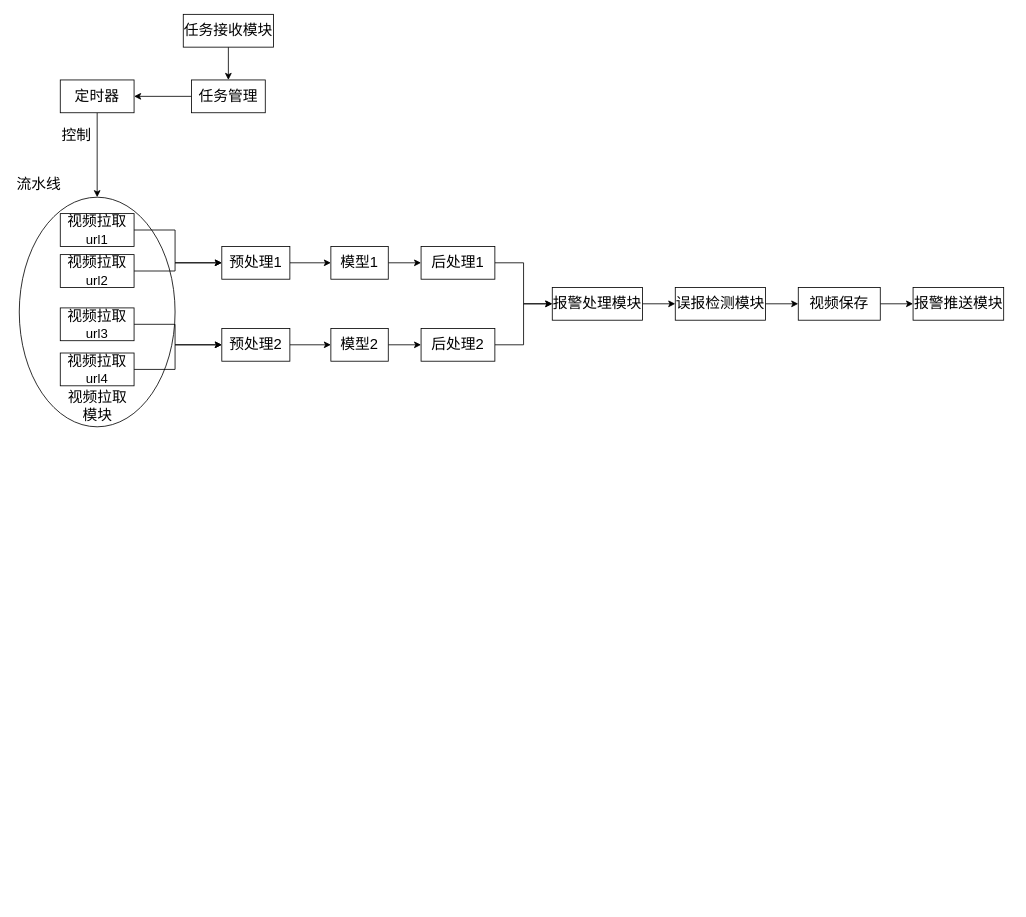
Above: page "Page-1" (1 of 2) of 系统架构图.drawio in zhaoning999/notes (draw.io), before the change. Source tidied: cells renumbered, new cells numbered last; positions are measured from the earlier drawing's top-left corner, leaving out a move shared by most shapes. Both pictures are drawn from the tidied source at 82%, with x=0, y=0 at pixel (14, 14).
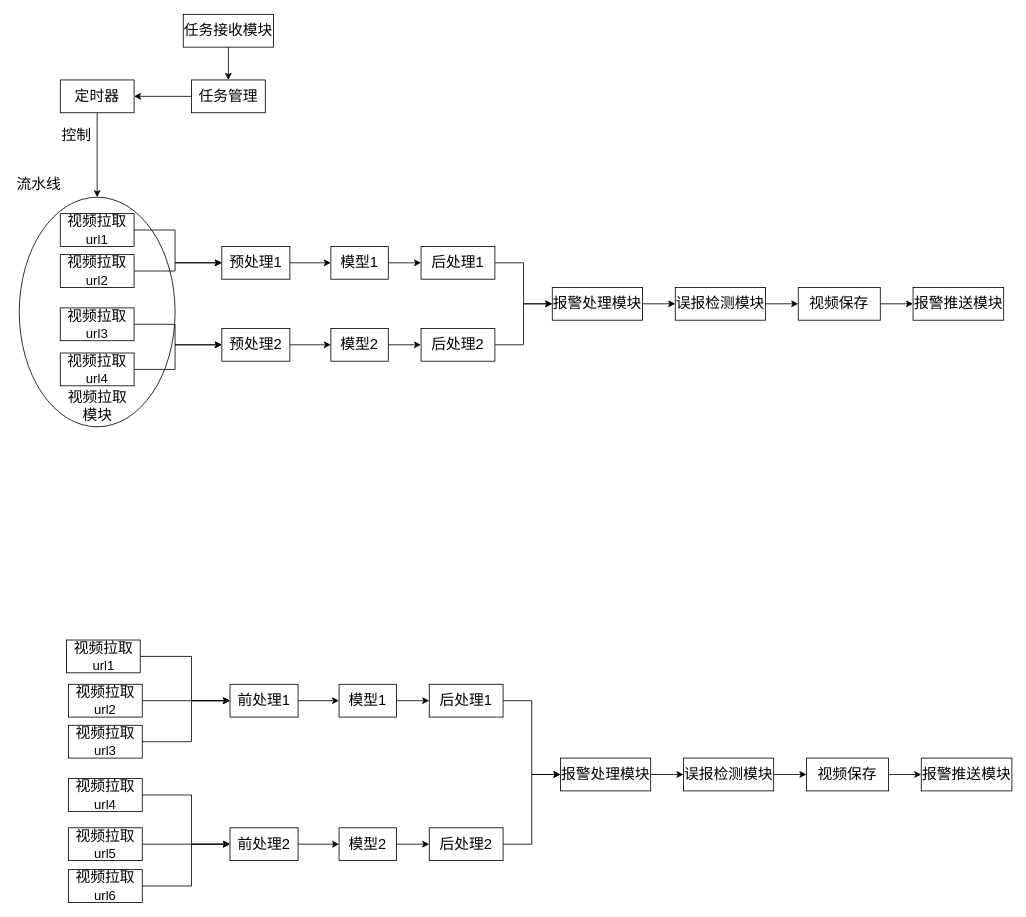
After the change.

Commit message:
Update 系统架构图.drawio

Change to the diagram source:
```diff
@@
+    <mxCell id="39" style="edgeStyle=orthogonalEdgeStyle;rounded=0;jettySize=auto;html=1;exitX=1;exitY=0.5;exitDx=0;exitDy=0;entryX=0;entryY=0.5;entryDx=0;entryDy=0;" parent="1" edge="1" source="40" target="48">
+      <mxGeometry relative="1" as="geometry">
+        <Array as="points">
+          <mxPoint x="216" y="837" />
+          <mxPoint x="216" y="837" />
+        </Array>
+      </mxGeometry>
+    </mxCell>
+    <mxCell id="40" value="&lt;font style=&quot;font-size: 18px;&quot;&gt;视频拉取&lt;/font&gt;&lt;div&gt;&lt;font size=&quot;3&quot;&gt;url2&lt;/font&gt;&lt;/div&gt;" style="rounded=0;whiteSpace=wrap;html=1;" parent="1" vertex="1">
+      <mxGeometry x="66" y="817" width="90" height="40" as="geometry" />
+    </mxCell>
+    <mxCell id="41" style="edgeStyle=orthogonalEdgeStyle;rounded=0;jettySize=auto;html=1;exitX=1;exitY=0.5;exitDx=0;exitDy=0;entryX=0;entryY=0.5;entryDx=0;entryDy=0;" parent="1" edge="1" source="42" target="48">
+      <mxGeometry relative="1" as="geometry">
+        <Array as="points">
+          <mxPoint x="216" y="887" />
+          <mxPoint x="216" y="837" />
+        </Array>
+      </mxGeometry>
+    </mxCell>
+    <mxCell id="42" value="&lt;font style=&quot;font-size: 18px;&quot;&gt;视频拉取&lt;/font&gt;&lt;div&gt;&lt;font size=&quot;3&quot;&gt;url3&lt;/font&gt;&lt;/div&gt;" style="rounded=0;whiteSpace=wrap;html=1;" parent="1" vertex="1">
+      <mxGeometry x="66" y="867" width="90" height="40" as="geometry" />
+    </mxCell>
+    <mxCell id="43" style="edgeStyle=orthogonalEdgeStyle;rounded=0;orthogonalLoop=1;jettySize=auto;html=1;exitX=1;exitY=0.5;exitDx=0;exitDy=0;entryX=0;entryY=0.5;entryDx=0;entryDy=0;" parent="1" edge="1">
+      <mxGeometry relative="1" as="geometry">
+        <mxPoint x="156" y="952" as="sourcePoint" />
+        <mxPoint x="263" y="1012" as="targetPoint" />
+        <Array as="points">
+          <mxPoint x="216" y="952" />
+          <mxPoint x="216" y="1012" />
+        </Array>
+      </mxGeometry>
+    </mxCell>
+    <mxCell id="44" value="&lt;font style=&quot;font-size: 18px;&quot;&gt;视频拉取&lt;/font&gt;&lt;div&gt;&lt;font size=&quot;3&quot;&gt;url4&lt;/font&gt;&lt;/div&gt;" style="rounded=0;whiteSpace=wrap;html=1;" parent="1" vertex="1">
+      <mxGeometry x="66" y="932" width="90" height="40" as="geometry" />
+    </mxCell>
+    <mxCell id="45" style="edgeStyle=orthogonalEdgeStyle;rounded=0;jettySize=auto;html=1;exitX=1;exitY=0.5;exitDx=0;exitDy=0;entryX=0;entryY=0.5;entryDx=0;entryDy=0;" parent="1" edge="1" source="46" target="50">
+      <mxGeometry relative="1" as="geometry">
+        <Array as="points">
+          <mxPoint x="176" y="1012" />
+          <mxPoint x="176" y="1012" />
+        </Array>
+      </mxGeometry>
+    </mxCell>
+    <mxCell id="46" value="&lt;font style=&quot;font-size: 18px;&quot;&gt;视频拉取&lt;/font&gt;&lt;div&gt;&lt;font size=&quot;3&quot;&gt;url5&lt;/font&gt;&lt;/div&gt;" style="rounded=0;whiteSpace=wrap;html=1;" parent="1" vertex="1">
+      <mxGeometry x="66" y="992" width="90" height="40" as="geometry" />
+    </mxCell>
+    <mxCell id="47" style="edgeStyle=orthogonalEdgeStyle;rounded=0;jettySize=auto;html=1;exitX=1;exitY=0.5;exitDx=0;exitDy=0;entryX=0;entryY=0.5;entryDx=0;entryDy=0;" parent="1" edge="1" source="48" target="52">
+      <mxGeometry relative="1" as="geometry" />
+    </mxCell>
+    <mxCell id="48" value="&lt;font style=&quot;font-size: 18px;&quot;&gt;前处理1&lt;/font&gt;" style="rounded=0;whiteSpace=wrap;html=1;" parent="1" vertex="1">
+      <mxGeometry x="263" y="817" width="83" height="40" as="geometry" />
+    </mxCell>
+    <mxCell id="49" style="edgeStyle=orthogonalEdgeStyle;rounded=0;jettySize=auto;html=1;exitX=1;exitY=0.5;exitDx=0;exitDy=0;" parent="1" edge="1" source="50" target="54">
+      <mxGeometry relative="1" as="geometry" />
+    </mxCell>
+    <mxCell id="50" value="&lt;font style=&quot;font-size: 18px;&quot;&gt;前处理2&lt;/font&gt;" style="rounded=0;whiteSpace=wrap;html=1;" parent="1" vertex="1">
+      <mxGeometry x="263" y="992" width="83" height="40" as="geometry" />
+    </mxCell>
+    <mxCell id="51" style="edgeStyle=orthogonalEdgeStyle;rounded=0;jettySize=auto;html=1;exitX=1;exitY=0.5;exitDx=0;exitDy=0;entryX=0;entryY=0.5;entryDx=0;entryDy=0;" parent="1" edge="1" source="52" target="56">
+      <mxGeometry relative="1" as="geometry" />
+    </mxCell>
+    <mxCell id="52" value="&lt;font style=&quot;font-size: 18px;&quot;&gt;模型1&lt;/font&gt;" style="rounded=0;whiteSpace=wrap;html=1;" parent="1" vertex="1">
+      <mxGeometry x="396" y="817" width="70" height="40" as="geometry" />
+    </mxCell>
+    <mxCell id="53" style="edgeStyle=orthogonalEdgeStyle;rounded=0;jettySize=auto;html=1;exitX=1;exitY=0.5;exitDx=0;exitDy=0;" parent="1" edge="1" source="54" target="58">
+      <mxGeometry relative="1" as="geometry" />
+    </mxCell>
+    <mxCell id="54" value="&lt;font style=&quot;font-size: 18px;&quot;&gt;模型2&lt;/font&gt;" style="rounded=0;whiteSpace=wrap;html=1;" parent="1" vertex="1">
+      <mxGeometry x="396" y="992" width="70" height="40" as="geometry" />
+    </mxCell>
+    <mxCell id="55" style="edgeStyle=orthogonalEdgeStyle;rounded=0;jettySize=auto;html=1;exitX=1;exitY=0.5;exitDx=0;exitDy=0;entryX=0;entryY=0.5;entryDx=0;entryDy=0;" parent="1" edge="1" source="56" target="60">
+      <mxGeometry relative="1" as="geometry" />
+    </mxCell>
+    <mxCell id="56" value="&lt;font style=&quot;font-size: 18px;&quot;&gt;后处理1&lt;/font&gt;" style="rounded=0;whiteSpace=wrap;html=1;" parent="1" vertex="1">
+      <mxGeometry x="506" y="817" width="90" height="40" as="geometry" />
+    </mxCell>
+    <mxCell id="57" style="edgeStyle=orthogonalEdgeStyle;rounded=0;jettySize=auto;html=1;exitX=1;exitY=0.5;exitDx=0;exitDy=0;entryX=0;entryY=0.5;entryDx=0;entryDy=0;" parent="1" edge="1" source="58" target="60">
+      <mxGeometry relative="1" as="geometry" />
+    </mxCell>
+    <mxCell id="58" value="&lt;font style=&quot;font-size: 18px;&quot;&gt;后处理2&lt;/font&gt;" style="rounded=0;whiteSpace=wrap;html=1;" parent="1" vertex="1">
+      <mxGeometry x="506" y="992" width="90" height="40" as="geometry" />
+    </mxCell>
+    <mxCell id="59" style="edgeStyle=orthogonalEdgeStyle;rounded=0;jettySize=auto;html=1;exitX=1;exitY=0.5;exitDx=0;exitDy=0;entryX=0;entryY=0.5;entryDx=0;entryDy=0;" parent="1" edge="1" source="60" target="64">
+      <mxGeometry relative="1" as="geometry" />
+    </mxCell>
+    <mxCell id="60" value="&lt;font style=&quot;font-size: 18px;&quot;&gt;报警处理模块&lt;/font&gt;" style="rounded=0;whiteSpace=wrap;html=1;" parent="1" vertex="1">
+      <mxGeometry x="666" y="907" width="110" height="40" as="geometry" />
+    </mxCell>
+    <mxCell id="61" style="edgeStyle=orthogonalEdgeStyle;rounded=0;jettySize=auto;html=1;exitX=1;exitY=0.5;exitDx=0;exitDy=0;" parent="1" edge="1" source="62" target="65">
+      <mxGeometry relative="1" as="geometry" />
+    </mxCell>
+    <mxCell id="62" value="&lt;font style=&quot;font-size: 18px;&quot;&gt;视频保存&lt;/font&gt;" style="rounded=0;whiteSpace=wrap;html=1;" parent="1" vertex="1">
+      <mxGeometry x="966" y="907" width="100" height="40" as="geometry" />
+    </mxCell>
+    <mxCell id="63" style="edgeStyle=orthogonalEdgeStyle;rounded=0;jettySize=auto;html=1;exitX=1;exitY=0.5;exitDx=0;exitDy=0;entryX=0;entryY=0.5;entryDx=0;entryDy=0;" parent="1" edge="1" source="64" target="62">
+      <mxGeometry relative="1" as="geometry" />
+    </mxCell>
+    <mxCell id="64" value="&lt;font style=&quot;font-size: 18px;&quot;&gt;误报检测模块&lt;/font&gt;" style="rounded=0;whiteSpace=wrap;html=1;" parent="1" vertex="1">
+      <mxGeometry x="816" y="907" width="110" height="40" as="geometry" />
+    </mxCell>
+    <mxCell id="65" value="&lt;font style=&quot;font-size: 18px;&quot;&gt;报警推送模块&lt;/font&gt;" style="rounded=0;whiteSpace=wrap;html=1;" parent="1" vertex="1">
+      <mxGeometry x="1106" y="907" width="110.5" height="40" as="geometry" />
+    </mxCell>
+    <mxCell id="66" style="edgeStyle=orthogonalEdgeStyle;rounded=0;jettySize=auto;html=1;exitX=1;exitY=0.5;exitDx=0;exitDy=0;entryX=0;entryY=0.5;entryDx=0;entryDy=0;" parent="1" edge="1" source="67" target="48">
+      <mxGeometry relative="1" as="geometry">
+        <Array as="points">
+          <mxPoint x="216" y="783" />
+          <mxPoint x="216" y="837" />
+        </Array>
+      </mxGeometry>
+    </mxCell>
+    <mxCell id="67" value="&lt;font style=&quot;font-size: 18px;&quot;&gt;视频拉取&lt;/font&gt;&lt;div&gt;&lt;font size=&quot;3&quot;&gt;url1&lt;/font&gt;&lt;/div&gt;" style="rounded=0;whiteSpace=wrap;html=1;" parent="1" vertex="1">
+      <mxGeometry x="63.5" y="763" width="90" height="40" as="geometry" />
+    </mxCell>
+    <mxCell id="68" value="&lt;font style=&quot;font-size: 18px;&quot;&gt;视频拉取&lt;/font&gt;&lt;div&gt;&lt;font size=&quot;3&quot;&gt;url6&lt;/font&gt;&lt;/div&gt;" style="rounded=0;whiteSpace=wrap;html=1;" parent="1" vertex="1">
+      <mxGeometry x="66" y="1043" width="90" height="40" as="geometry" />
+    </mxCell>
+    <mxCell id="69" style="edgeStyle=orthogonalEdgeStyle;rounded=0;jettySize=auto;html=1;exitX=1;exitY=0.5;exitDx=0;exitDy=0;entryX=0;entryY=0.5;entryDx=0;entryDy=0;" parent="1" edge="1" source="68" target="50">
+      <mxGeometry relative="1" as="geometry">
+        <Array as="points">
+          <mxPoint x="216" y="1063" />
+          <mxPoint x="216" y="1012" />
+        </Array>
+      </mxGeometry>
+    </mxCell>
```
